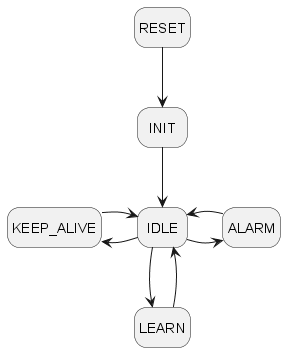
Before: apps/central/images/central_state_overview.png, a diagram exported from PlantUML (MicrochipTech/ATA8510_RF_Alarm_System).
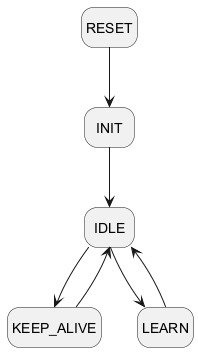
The same file after the commit.

The edit, as a diff of the source:
```diff
@@ -5,18 +5,15 @@
 state "IDLE" as STATE_IDLE
 state "KEEP_ALIVE" as STATE_KEEP_ALIVE
 state "LEARN" as STATE_LEARN
-state "ALARM" as STATE_ALARM
 
 STATE_RESET --> STATE_INIT
 STATE_INIT --> STATE_IDLE
 
-STATE_IDLE -left-> STATE_KEEP_ALIVE
-STATE_KEEP_ALIVE -right-> STATE_IDLE
+STATE_IDLE --> STATE_KEEP_ALIVE
+STATE_KEEP_ALIVE --> STATE_IDLE
 
-STATE_IDLE -down-> STATE_LEARN
-STATE_LEARN -up-> STATE_IDLE
+STATE_IDLE --> STATE_LEARN
+STATE_LEARN --> STATE_IDLE
 
-STATE_IDLE -right-> STATE_ALARM
-STATE_ALARM -left-> STATE_IDLE
 
 @enduml
```
